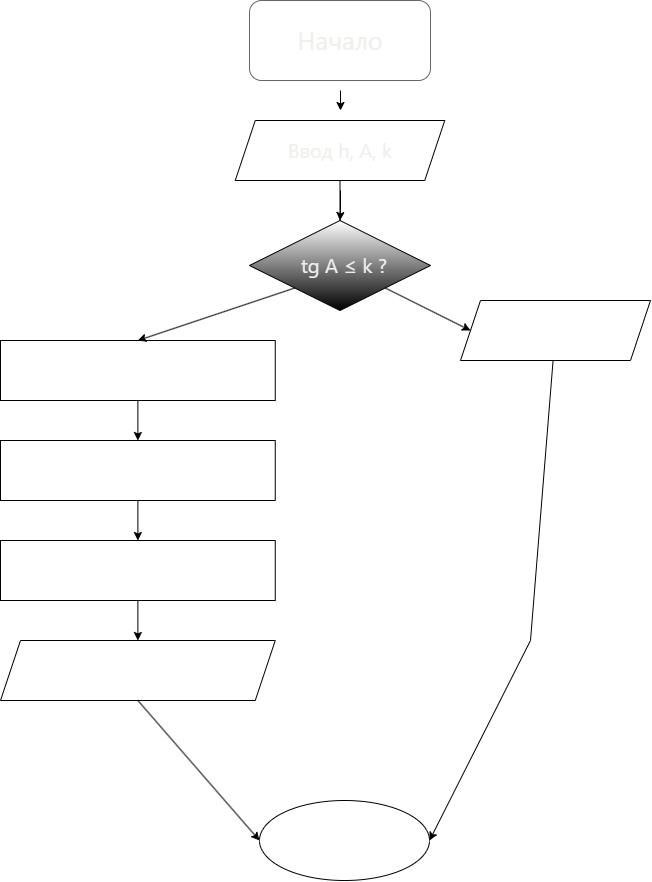
Above: Lab2 Diag.drawio.png in zxcserkkk/Lab2Korenev (draw.io), before the change. Source tidied: cells renumbered, new cells last; positions are measured from the earlier drawing's top-left corner, leaving out a move shared by most shapes.
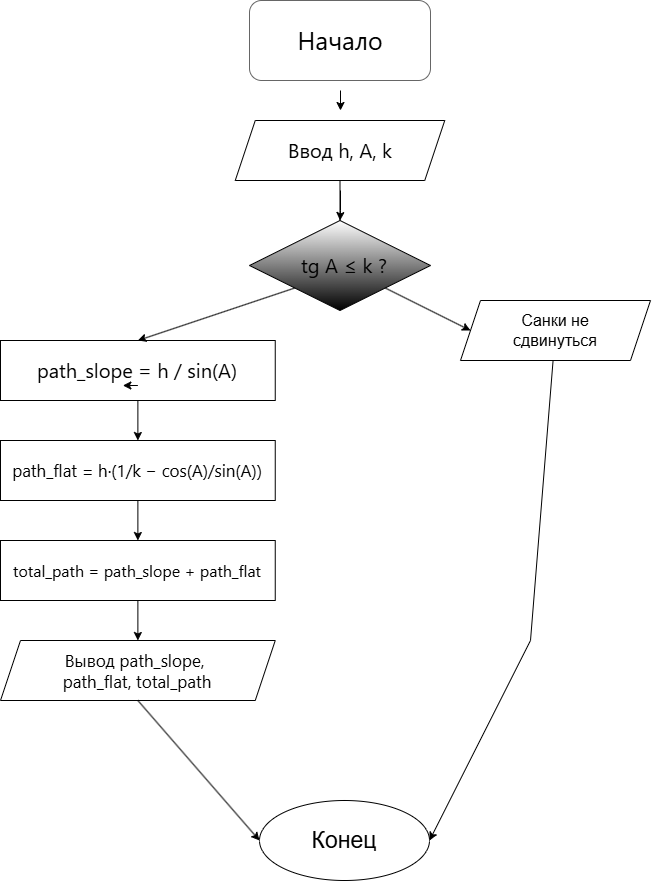
After the commit.

Diff of the diagram source:
```diff
@@ -71,14 +71,35 @@
         </Array>
       </mxGeometry>
     </mxCell>
-    <mxCell id="21" value="&lt;span style=&quot;color: rgb(240, 239, 236); font-family: anthropic-sans, -apple-system, BlinkMacSystemFont, &amp;quot;Segoe UI&amp;quot;, sans-serif; font-size: 25px; text-align: start; white-space: nowrap;&quot;&gt;Начало&lt;/span&gt;" style="text;html=1;whiteSpace=wrap;strokeColor=none;fillColor=none;align=center;verticalAlign=middle;rounded=0;fontSize=23;" parent="1" vertex="1">
+    <mxCell id="21" value="&lt;span style=&quot;font-family: anthropic-sans, -apple-system, BlinkMacSystemFont, &amp;quot;Segoe UI&amp;quot;, sans-serif; font-size: 25px; text-align: start; white-space: nowrap;&quot;&gt;Начало&lt;/span&gt;" style="text;html=1;whiteSpace=wrap;strokeColor=none;fillColor=none;align=center;verticalAlign=middle;rounded=0;fontSize=23;fontColor=light-dark(#000000,#000000);" parent="1" vertex="1">
       <mxGeometry x="309.5" y="25" width="60" height="30" as="geometry" />
     </mxCell>
-    <mxCell id="22" value="&lt;span style=&quot;color: rgb(240, 239, 236); font-family: anthropic-sans, -apple-system, BlinkMacSystemFont, &amp;quot;Segoe UI&amp;quot;, sans-serif; font-size: 20px; text-align: start; white-space: nowrap;&quot;&gt;Ввод h, A, k&lt;/span&gt;" style="text;html=1;whiteSpace=wrap;strokeColor=none;fillColor=none;align=center;verticalAlign=middle;rounded=0;fontSize=18;" parent="1" vertex="1">
+    <mxCell id="22" value="&lt;span style=&quot;font-family: anthropic-sans, -apple-system, BlinkMacSystemFont, &amp;quot;Segoe UI&amp;quot;, sans-serif; font-size: 20px; text-align: start; white-space: nowrap;&quot;&gt;Ввод h, A, k&lt;/span&gt;" style="text;html=1;whiteSpace=wrap;strokeColor=none;fillColor=none;align=center;verticalAlign=middle;rounded=0;fontSize=18;textShadow=0;fontColor=light-dark(#000000,#000000);" parent="1" vertex="1">
       <mxGeometry x="279.5" y="135" width="120" height="30" as="geometry" />
     </mxCell>
-    <mxCell id="23" value="&lt;span style=&quot;color: rgb(240, 239, 236); font-family: anthropic-sans, -apple-system, BlinkMacSystemFont, &amp;quot;Segoe UI&amp;quot;, sans-serif; font-size: 20px; text-align: start; white-space: nowrap;&quot;&gt;tg A ≤ k ?&lt;/span&gt;" style="text;html=1;whiteSpace=wrap;strokeColor=none;fillColor=none;align=center;verticalAlign=middle;rounded=0;fontSize=18;" parent="1" vertex="1">
+    <mxCell id="23" value="&lt;span style=&quot;font-family: anthropic-sans, -apple-system, BlinkMacSystemFont, &amp;quot;Segoe UI&amp;quot;, sans-serif; font-size: 20px; text-align: start; white-space: nowrap;&quot;&gt;tg A ≤ k ?&lt;/span&gt;" style="text;html=1;whiteSpace=wrap;strokeColor=none;fillColor=none;align=center;verticalAlign=middle;rounded=0;fontSize=18;fontColor=light-dark(#000000,#000000);" parent="1" vertex="1">
       <mxGeometry x="314" y="250" width="60" height="30" as="geometry" />
     </mxCell>
+    <mxCell id="24" value="&lt;font style=&quot;color: light-dark(rgb(0, 0, 0), rgb(0, 0, 0)); font-size: 16px;&quot;&gt;Санки не сдвинуться&lt;/font&gt;" style="text;html=1;whiteSpace=wrap;strokeColor=none;fillColor=none;align=center;verticalAlign=middle;rounded=0;" parent="1" vertex="1">
+      <mxGeometry x="500" y="315" width="110" height="30" as="geometry" />
+    </mxCell>
+    <mxCell id="25" value="&lt;span style=&quot;font-family: anthropic-sans, -apple-system, BlinkMacSystemFont, &amp;quot;Segoe UI&amp;quot;, sans-serif; font-size: 20px; text-align: start; white-space: nowrap; color: light-dark(rgb(0, 0, 0), rgb(0, 0, 0));&quot;&gt;path_slope = h / sin(A)&lt;/span&gt;" style="text;html=1;whiteSpace=wrap;strokeColor=none;fillColor=none;align=center;verticalAlign=middle;rounded=0;fontSize=18;" parent="1" vertex="1">
+      <mxGeometry x="107.4" y="355" width="60" height="30" as="geometry" />
+    </mxCell>
+    <mxCell id="26" style="edgeStyle=orthogonalEdgeStyle;rounded=0;orthogonalLoop=1;jettySize=auto;html=1;innerLoopWaypoints=1;exitX=0.5;exitY=1;exitDx=0;exitDy=0;entryX=0.25;entryY=1;entryDx=0;entryDy=0;" parent="1" edge="1" source="25" target="25">
+      <mxGeometry relative="1" as="geometry" />
+    </mxCell>
+    <mxCell id="27" value="&lt;span style=&quot;font-family: anthropic-sans, -apple-system, BlinkMacSystemFont, &amp;quot;Segoe UI&amp;quot;, sans-serif; font-size: 17px; text-align: start; white-space: nowrap; color: light-dark(rgb(0, 0, 0), rgb(0, 0, 0));&quot;&gt;path_flat = h·(1/k − cos(A)/sin(A))&lt;/span&gt;" style="text;html=1;whiteSpace=wrap;strokeColor=none;fillColor=none;align=center;verticalAlign=middle;rounded=0;fontSize=15;" parent="1" vertex="1">
+      <mxGeometry x="107.4" y="455" width="60" height="30" as="geometry" />
+    </mxCell>
+    <mxCell id="28" value="&lt;span style=&quot;font-family: anthropic-sans, -apple-system, BlinkMacSystemFont, &amp;quot;Segoe UI&amp;quot;, sans-serif; font-size: 16px; text-align: start; white-space: nowrap; color: light-dark(rgb(0, 0, 0), rgb(0, 0, 0));&quot;&gt;total_path = path_slope + path_flat&lt;/span&gt;" style="text;html=1;whiteSpace=wrap;strokeColor=none;fillColor=none;align=center;verticalAlign=middle;rounded=0;fontSize=14;" parent="1" vertex="1">
+      <mxGeometry x="107.4" y="555" width="60" height="30" as="geometry" />
+    </mxCell>
+    <mxCell id="29" value="&lt;span style=&quot;font-family: anthropic-sans, -apple-system, BlinkMacSystemFont, &amp;quot;Segoe UI&amp;quot;, sans-serif; font-size: 17px; text-align: start; white-space: nowrap; color: light-dark(rgb(0, 0, 0), rgb(0, 0, 0));&quot;&gt;Вывод path_slope,&amp;nbsp;&lt;/span&gt;&lt;div&gt;&lt;span style=&quot;font-family: anthropic-sans, -apple-system, BlinkMacSystemFont, &amp;quot;Segoe UI&amp;quot;, sans-serif; font-size: 17px; text-align: start; white-space: nowrap; color: light-dark(rgb(0, 0, 0), rgb(0, 0, 0));&quot;&gt;path_flat, total_path&lt;/span&gt;&lt;/div&gt;" style="text;html=1;whiteSpace=wrap;strokeColor=none;fillColor=none;align=center;verticalAlign=middle;rounded=0;fontSize=15;" parent="1" vertex="1">
+      <mxGeometry x="107.4" y="655" width="60" height="30" as="geometry" />
+    </mxCell>
+    <mxCell id="30" value="&lt;span style=&quot;color: light-dark(rgb(0, 0, 0), rgb(0, 0, 0));&quot;&gt;Конец&lt;/span&gt;" style="text;html=1;whiteSpace=wrap;strokeColor=none;fillColor=none;align=center;verticalAlign=middle;rounded=0;fontSize=23;" parent="1" vertex="1">
+      <mxGeometry x="314" y="825" width="60" height="30" as="geometry" />
+    </mxCell>
   </root>
 </mxGraphModel>
```
